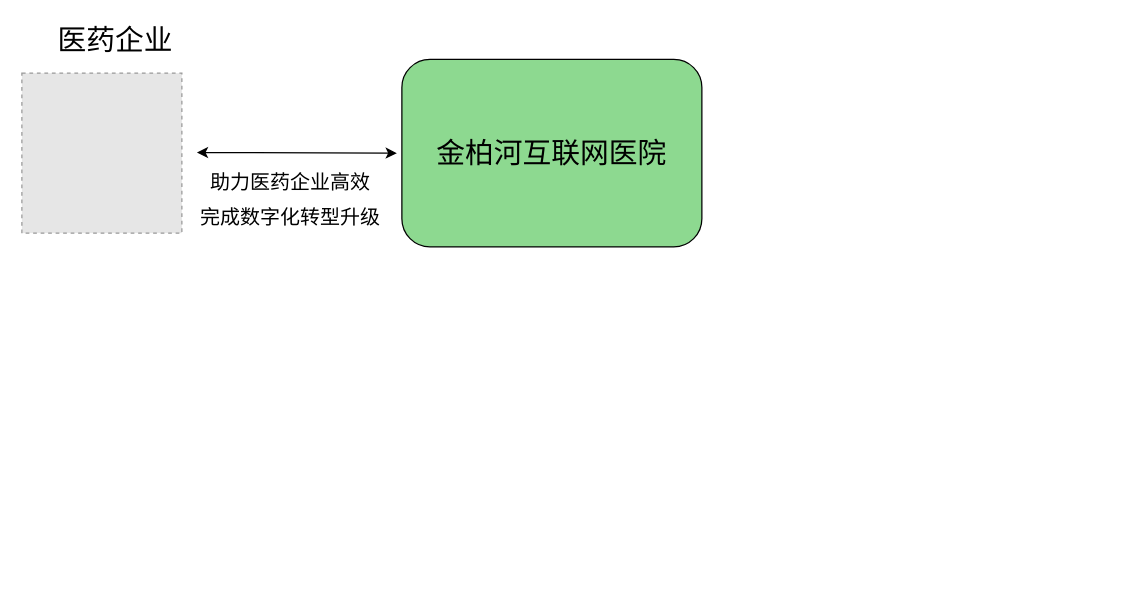
This is jbh/互联网医院价值.drawio from GitHeP/diagrams, a draw.io file, before an edit. Source tidied: cells renumbered, new cells numbered last; positions are measured from the earlier drawing's top-left corner, leaving out a move shared by most shapes. Both pictures are drawn from the tidied source at 125%, with x=0, y=0 at pixel (21, 21). Pictures stored in the file or linked from it are replaced by grey dashed boxes.
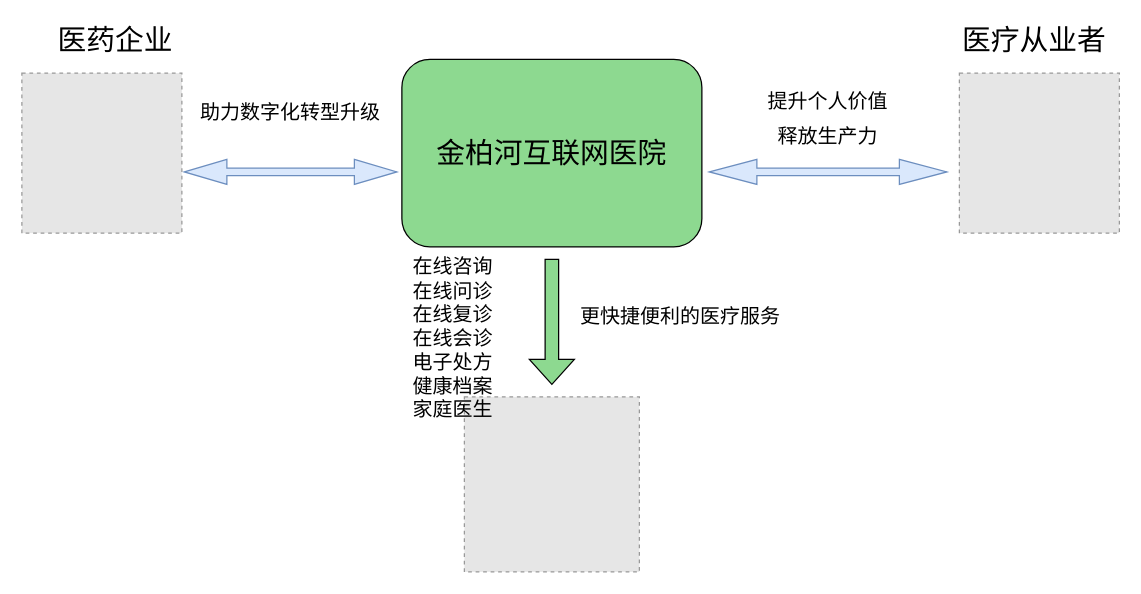
The same diagram, later.

Commit message (it also covers changes not shown here):
更新互联网医院价值.drawio

What changed in the source:
```diff
@@
 <mxGraphModel>
   <root>
     <mxCell id="0" />
     <mxCell id="1" parent="0" />
     <mxCell id="2" value="金柏河互联网医院" style="rounded=1;whiteSpace=wrap;html=1;fontSize=23;fillColor=#8DD990;" parent="1" vertex="1">
       <mxGeometry x="304" y="30" width="240" height="150" as="geometry" />
     </mxCell>
     <mxCell id="3" style="fillColor=#E6E6E6;strokeColor=#999999;dashed=1;html=1;verticalAlign=top;verticalLabelPosition=bottom;labelBackgroundColor=#ffffff;fontSize=23;" parent="1" vertex="1">
       <mxGeometry y="41" width="128" height="128" as="geometry" />
     </mxCell>
     <mxCell id="4" value="医药企业" style="text;html=1;strokeColor=none;fillColor=none;align=center;verticalAlign=middle;whiteSpace=wrap;rounded=0;fontSize=23;" parent="1" vertex="1">
       <mxGeometry x="22" width="106" height="30" as="geometry" />
     </mxCell>
-    <mxCell id="5" style="endArrow=classic;startArrow=classic;html=1;rounded=0;fontSize=23;" parent="1" edge="1">
-      <mxGeometry relative="1" as="geometry">
-        <mxPoint x="140" y="104.5" as="sourcePoint" />
-        <mxPoint x="300" y="105" as="targetPoint" />
-      </mxGeometry>
-    </mxCell>
-    <mxCell id="6" value="&lt;font style=&quot;font-size: 16px;&quot;&gt;助力医药企业高效&lt;br&gt;完成数字化转型升级&lt;/font&gt;" style="text;html=1;strokeColor=none;fillColor=none;align=center;verticalAlign=middle;whiteSpace=wrap;rounded=0;fontSize=23;" parent="1" vertex="1">
-      <mxGeometry x="100" y="120" width="230" height="40" as="geometry" />
+    <mxCell id="6" value="&lt;font style=&quot;font-size: 16px;&quot;&gt;助力数字化转型升级&lt;/font&gt;" style="text;html=1;strokeColor=none;fillColor=none;align=center;verticalAlign=middle;whiteSpace=wrap;rounded=0;fontSize=23;" parent="1" vertex="1">
+      <mxGeometry x="100" y="50" width="230" height="40" as="geometry" />
     </mxCell>
+    <mxCell id="7" style="fillColor=#E6E6E6;strokeColor=#999999;dashed=1;html=1;verticalAlign=top;verticalLabelPosition=bottom;labelBackgroundColor=#ffffff;fontSize=16;" parent="1" vertex="1">
+      <mxGeometry x="750" y="41" width="128" height="128" as="geometry" />
+    </mxCell>
+    <mxCell id="8" value="&lt;span style=&quot;font-size: 16px;&quot;&gt;提升个人价值&lt;br&gt;&lt;/span&gt;&lt;font style=&quot;font-size: 16px;&quot;&gt;释放生产力&lt;/font&gt;" style="text;html=1;strokeColor=none;fillColor=none;align=center;verticalAlign=middle;whiteSpace=wrap;rounded=0;fontSize=23;" parent="1" vertex="1">
+      <mxGeometry x="545" y="50" width="200" height="50" as="geometry" />
+    </mxCell>
+    <mxCell id="9" style="shape=doubleArrow;whiteSpace=wrap;html=1;fontSize=16;fillColor=#dae8fc;strokeColor=#6c8ebf;" parent="1" vertex="1">
+      <mxGeometry x="130" y="110" width="170" height="20" as="geometry" />
+    </mxCell>
+    <mxCell id="10" style="shape=doubleArrow;whiteSpace=wrap;html=1;fontSize=16;fillColor=#dae8fc;strokeColor=#6c8ebf;" parent="1" vertex="1">
+      <mxGeometry x="550" y="110" width="190" height="20" as="geometry" />
+    </mxCell>
+    <mxCell id="11" style="fillColor=#E6E6E6;strokeColor=#999999;dashed=1;html=1;verticalAlign=top;verticalLabelPosition=bottom;labelBackgroundColor=#ffffff;fontSize=16;" parent="1" vertex="1">
+      <mxGeometry x="354" y="300" width="140" height="140" as="geometry" />
+    </mxCell>
+    <mxCell id="12" style="shape=singleArrow;direction=south;whiteSpace=wrap;html=1;fontSize=16;fillColor=#8DD990;" parent="1" vertex="1">
+      <mxGeometry x="406" y="190" width="36" height="100" as="geometry" />
+    </mxCell>
+    <mxCell id="13" value="更快捷便利的医疗服务" style="text;html=1;strokeColor=none;fillColor=none;align=center;verticalAlign=middle;whiteSpace=wrap;rounded=0;fontSize=16;" parent="1" vertex="1">
+      <mxGeometry x="442" y="220" width="170" height="30" as="geometry" />
+    </mxCell>
+    <mxCell id="14" value="在线咨询&lt;br&gt;在线问诊&lt;br&gt;在线复诊&lt;br&gt;在线会诊&lt;br&gt;电子处方&lt;br&gt;健康档案&lt;br&gt;家庭医生" style="text;html=1;strokeColor=none;fillColor=none;align=center;verticalAlign=middle;whiteSpace=wrap;rounded=0;fontSize=16;" parent="1" vertex="1">
+      <mxGeometry x="270" y="180" width="150" height="145" as="geometry" />
+    </mxCell>
+    <mxCell id="15" value="医疗从业者" style="text;html=1;strokeColor=none;fillColor=none;align=center;verticalAlign=middle;whiteSpace=wrap;rounded=0;fontSize=23;" parent="1" vertex="1">
+      <mxGeometry x="750" width="120" height="30" as="geometry" />
+    </mxCell>
   </root>
 </mxGraphModel>
```
